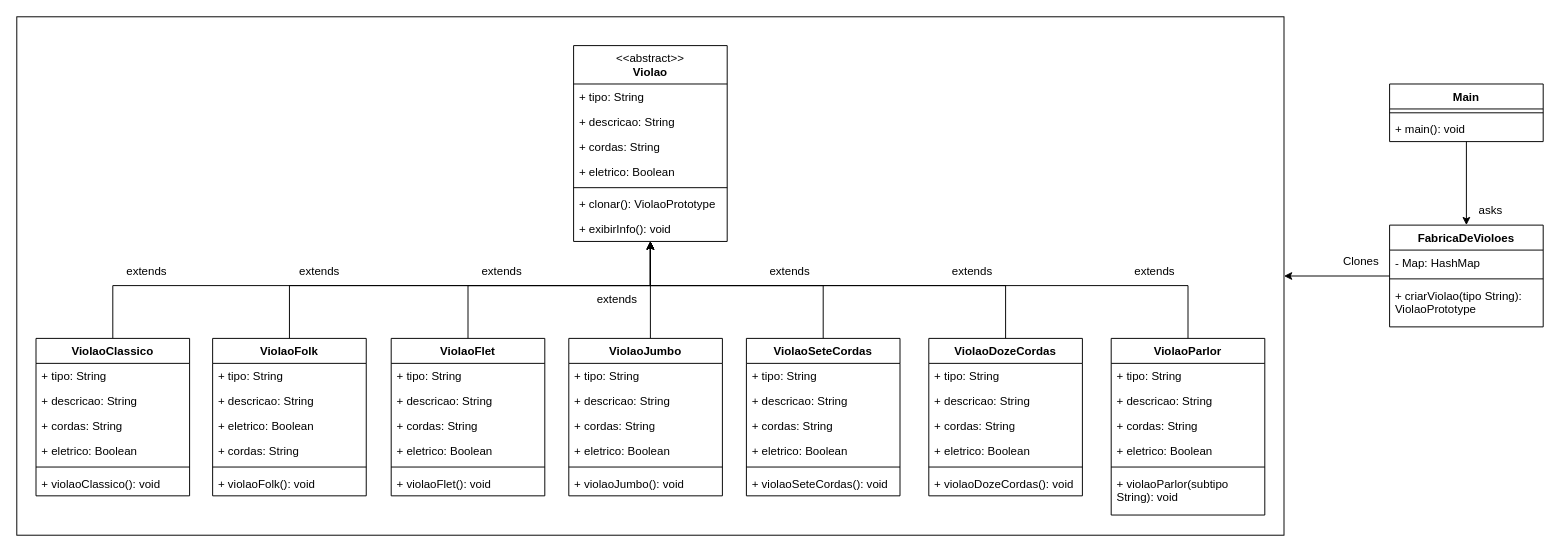
Earlier version of the draw.io diagram Aula_08/UML/UML Prototype.drawio (JoselioJr/Padroes_de_Projeto). Source tidied: cells renumbered, new cells numbered last; positions are measured from the earlier drawing's top-left corner, leaving out a move shared by most shapes. Both pictures are drawn from the tidied source at 96%, with x=0, y=0 at pixel (16, 16).
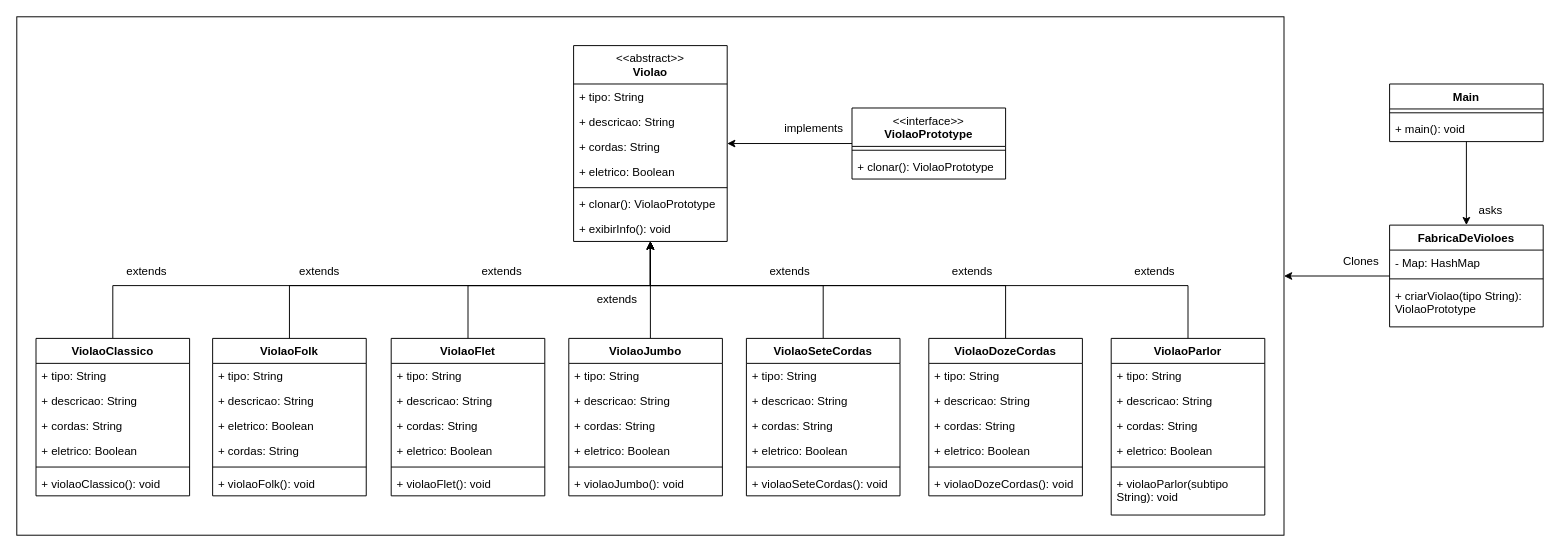
Above is the later version.

Commit message (it also covers changes not shown here):
♻️refactor: Atualização do UML

Unchanged cells that the change refers to:
```xml
<mxCell id="3" value="&lt;div&gt;&lt;span style=&quot;font-weight: 400;&quot;&gt;&amp;lt;&amp;lt;abstract&amp;gt;&amp;gt;&lt;/span&gt;&lt;br style=&quot;font-weight: 400;&quot;&gt;&lt;/div&gt;Violao" style="swimlane;fontStyle=1;align=center;verticalAlign=top;horizontal=1;startSize=40;whiteSpace=wrap;html=1;" parent="1" vertex="1">
  <mxGeometry x="580" y="30" width="160" height="204" as="geometry" />
</mxCell>
```

Change to the diagram source:
```diff
@@
+    <mxCell id="85" style="edgeStyle=orthogonalEdgeStyle;rounded=0;jettySize=auto;html=1;" parent="1" edge="1" source="86" target="3">
+      <mxGeometry relative="1" as="geometry" />
+    </mxCell>
+    <mxCell id="86" value="&lt;div&gt;&lt;span style=&quot;font-weight: 400;&quot;&gt;&amp;lt;&amp;lt;interface&amp;gt;&amp;gt;&lt;/span&gt;&lt;br style=&quot;font-weight: 400;&quot;&gt;&lt;/div&gt;ViolaoPrototype" style="swimlane;fontStyle=1;align=center;verticalAlign=top;horizontal=1;startSize=40;whiteSpace=wrap;html=1;" parent="1" vertex="1">
+      <mxGeometry x="870" y="95" width="160" height="74" as="geometry" />
+    </mxCell>
+    <mxCell id="87" style="line;strokeWidth=1;fillColor=none;align=left;verticalAlign=middle;spacingTop=-1;spacingLeft=3;spacingRight=3;labelPosition=right;strokeColor=inherit;" parent="86" vertex="1">
+      <mxGeometry y="40" width="160" height="8" as="geometry" />
+    </mxCell>
+    <mxCell id="88" value="+ clonar(): ViolaoPrototype" style="text;strokeColor=none;fillColor=none;align=left;verticalAlign=top;spacingLeft=4;spacingRight=4;overflow=hidden;whiteSpace=wrap;html=1;" parent="86" vertex="1">
+      <mxGeometry y="48" width="160" height="26" as="geometry" />
+    </mxCell>
+    <mxCell id="89" value="implements" style="text;html=1;align=center;verticalAlign=middle;strokeColor=none;fillColor=none;" parent="1" vertex="1">
+      <mxGeometry x="790" y="101" width="80" height="30" as="geometry" />
+    </mxCell>
```
